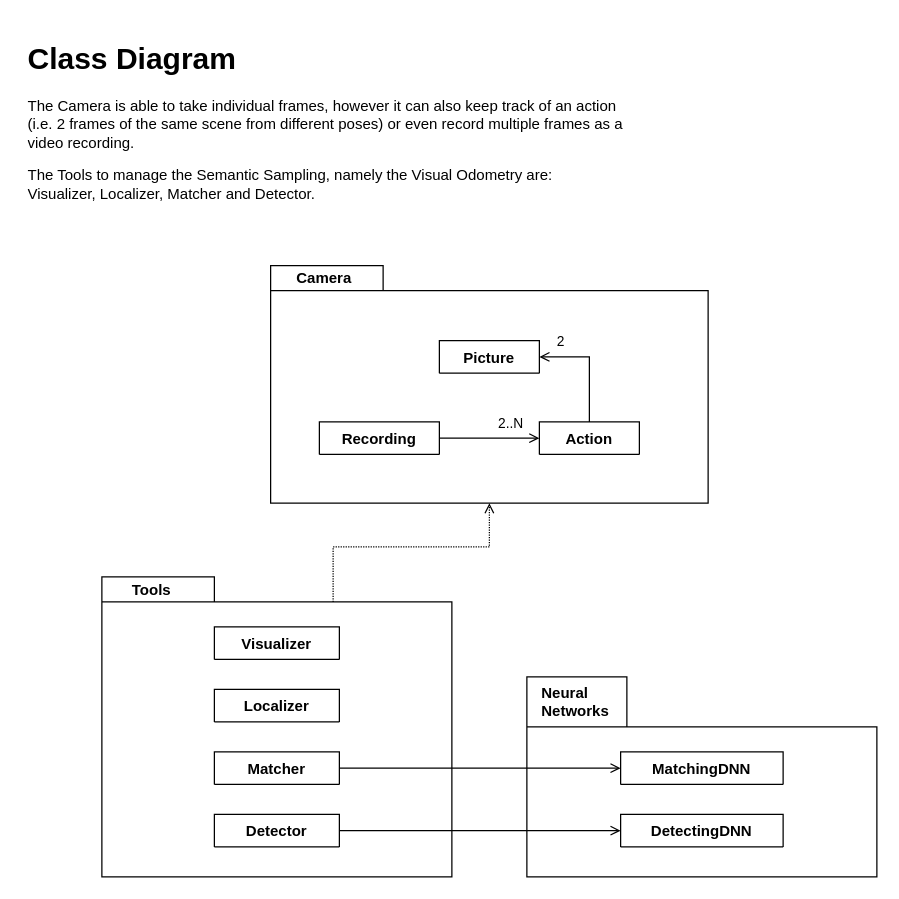
Above: page "Classes" (2 of 2) of Documents/diagrams.drawio in mirkousuelli/RGBD-Triplet-Patched-Localization (draw.io), before the change. Source tidied: cells renumbered, new cells numbered last; positions are measured from the earlier drawing's top-left corner, leaving out a move shared by most shapes. Both pictures are drawn from the tidied source at 125%, with x=0, y=0 at pixel (21, 34).
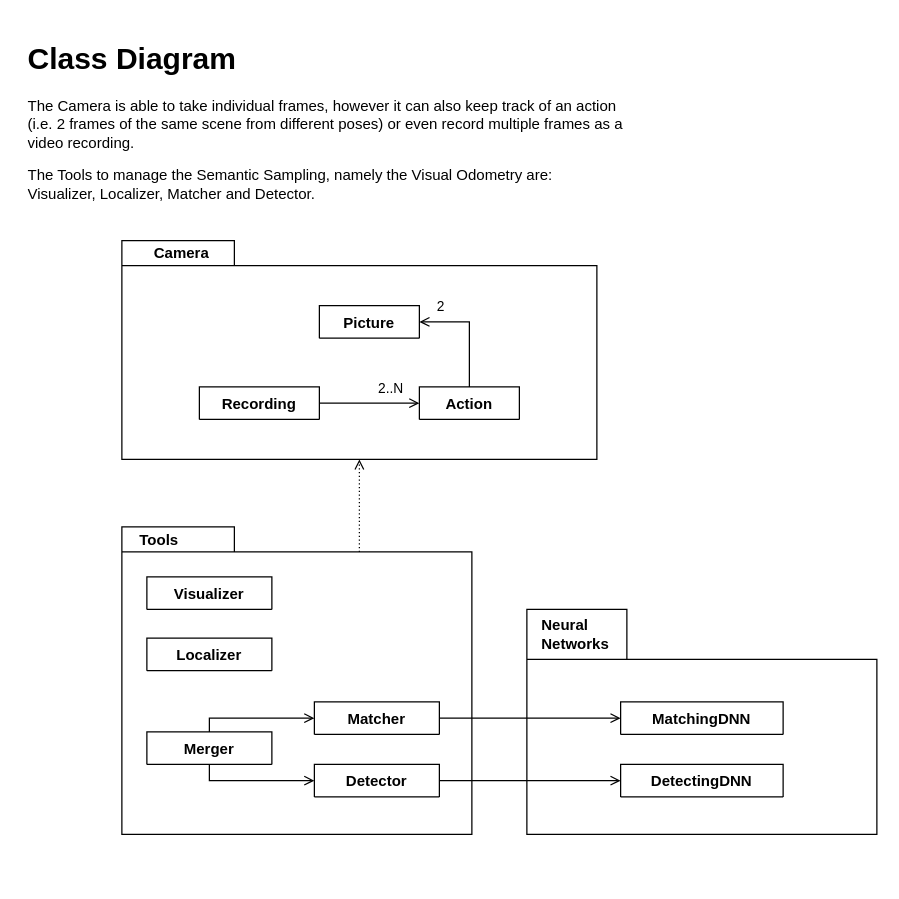
The same diagram, later.

Change to the diagram source:
```diff
@@
     <mxCell id="2" style="shape=folder;fontStyle=1;spacingTop=10;tabWidth=90;tabHeight=20;tabPosition=left;html=1;fillColor=none;" parent="1" vertex="1">
-      <mxGeometry x="199" y="185" width="350" height="190" as="geometry" />
+      <mxGeometry x="80" y="165" width="380" height="175" as="geometry" />
     </mxCell>
     <mxCell id="3" value="Picture" style="swimlane;fontStyle=1;align=center;verticalAlign=top;horizontal=1;startSize=26;fillColor=none;" parent="1" vertex="1" collapsed="1">
-      <mxGeometry x="334" y="245" width="80" height="26" as="geometry" />
+      <mxGeometry x="238" y="217" width="80" height="26" as="geometry" />
     </mxCell>
@@
     <mxCell id="6" value="Action" style="swimlane;fontStyle=1;align=center;verticalAlign=top;horizontal=1;startSize=26;fillColor=none;" parent="1" vertex="1" collapsed="1">
-      <mxGeometry x="414" y="310" width="80" height="26" as="geometry" />
+      <mxGeometry x="318" y="282" width="80" height="26" as="geometry" />
     </mxCell>
@@
     <mxCell id="9" value="Recording" style="swimlane;fontStyle=1;align=center;verticalAlign=top;horizontal=1;startSize=26;fillColor=none;" parent="1" vertex="1" collapsed="1">
-      <mxGeometry x="238" y="310" width="96" height="26" as="geometry" />
+      <mxGeometry x="142" y="282" width="96" height="26" as="geometry" />
     </mxCell>
     <mxCell id="10" value="&lt;b&gt;Camera&lt;/b&gt;" style="text;html=1;strokeColor=none;fillColor=none;align=center;verticalAlign=middle;whiteSpace=wrap;rounded=0;" parent="1" vertex="1">
-      <mxGeometry x="212" y="180" width="60" height="30" as="geometry" />
+      <mxGeometry x="98" y="160" width="60" height="30" as="geometry" />
     </mxCell>
-    <mxCell id="11" style="edgeStyle=orthogonalEdgeStyle;rounded=0;jettySize=auto;html=1;exitX=0;exitY=0;exitDx=185;exitDy=20;exitPerimeter=0;entryX=0.5;entryY=1;entryDx=0;entryDy=0;entryPerimeter=0;startArrow=none;startFill=0;endArrow=open;endFill=0;dashed=1;dashPattern=1 1;" parent="1" edge="1" source="12" target="2">
-      <mxGeometry relative="1" as="geometry">
-        <Array as="points">
-          <mxPoint x="249" y="410" />
-          <mxPoint x="374" y="410" />
-        </Array>
-      </mxGeometry>
+    <mxCell id="11" style="edgeStyle=orthogonalEdgeStyle;rounded=0;jettySize=auto;html=1;exitX=0;exitY=0;exitDx=190;exitDy=20;exitPerimeter=0;entryX=0.5;entryY=1;entryDx=0;entryDy=0;entryPerimeter=0;endArrow=open;endFill=0;dashed=1;dashPattern=1 2;" parent="1" edge="1" source="12" target="2">
+      <mxGeometry relative="1" as="geometry" />
     </mxCell>
     <mxCell id="12" style="shape=folder;fontStyle=1;spacingTop=10;tabWidth=90;tabHeight=20;tabPosition=left;html=1;fillColor=none;" parent="1" vertex="1">
-      <mxGeometry x="64" y="434" width="280" height="240" as="geometry" />
+      <mxGeometry x="80" y="394" width="280" height="246" as="geometry" />
     </mxCell>
     <mxCell id="13" value="Visualizer" style="swimlane;fontStyle=1;align=center;verticalAlign=top;horizontal=1;startSize=26;fillColor=none;" parent="1" vertex="1" collapsed="1">
-      <mxGeometry x="154" y="474" width="100" height="26" as="geometry" />
+      <mxGeometry x="100" y="434" width="100" height="26" as="geometry" />
     </mxCell>
     <mxCell id="14" value="Localizer" style="swimlane;fontStyle=1;align=center;verticalAlign=top;horizontal=1;startSize=26;fillColor=none;" parent="1" vertex="1" collapsed="1">
-      <mxGeometry x="154" y="524" width="100" height="26" as="geometry" />
+      <mxGeometry x="100" y="483" width="100" height="26" as="geometry" />
     </mxCell>
@@
     <mxCell id="16" value="Matcher" style="swimlane;fontStyle=1;align=center;verticalAlign=top;horizontal=1;startSize=26;fillColor=none;" parent="1" vertex="1" collapsed="1">
-      <mxGeometry x="154" y="574" width="100" height="26" as="geometry" />
+      <mxGeometry x="234" y="534" width="100" height="26" as="geometry" />
     </mxCell>
@@
     <mxCell id="18" value="Detector" style="swimlane;fontStyle=1;align=center;verticalAlign=top;horizontal=1;startSize=26;fillColor=none;" parent="1" vertex="1" collapsed="1">
-      <mxGeometry x="154" y="624" width="100" height="26" as="geometry" />
+      <mxGeometry x="234" y="584" width="100" height="26" as="geometry" />
     </mxCell>
     <mxCell id="19" value="&lt;b&gt;Tools&lt;/b&gt;" style="text;html=1;strokeColor=none;fillColor=none;align=center;verticalAlign=middle;whiteSpace=wrap;rounded=0;" parent="1" vertex="1">
-      <mxGeometry x="74" y="430" width="60" height="30" as="geometry" />
+      <mxGeometry x="80" y="390" width="60" height="30" as="geometry" />
     </mxCell>
     <mxCell id="20" style="shape=folder;fontStyle=1;spacingTop=10;tabWidth=80;tabHeight=40;tabPosition=left;html=1;fillColor=none;" parent="1" vertex="1">
-      <mxGeometry x="404" y="514" width="280" height="160" as="geometry" />
+      <mxGeometry x="404" y="460" width="280" height="180" as="geometry" />
     </mxCell>
     <mxCell id="21" value="&lt;b&gt;Neural&lt;br&gt;&lt;div&gt;&lt;b&gt;Networks&lt;/b&gt;&lt;/div&gt;&lt;/b&gt;" style="text;html=1;strokeColor=none;fillColor=none;align=left;verticalAlign=middle;whiteSpace=wrap;rounded=0;" parent="1" vertex="1">
-      <mxGeometry x="414" y="519" width="60" height="30" as="geometry" />
+      <mxGeometry x="414" y="465" width="60" height="30" as="geometry" />
     </mxCell>
     <mxCell id="22" value="MatchingDNN" style="swimlane;fontStyle=1;align=center;verticalAlign=top;horizontal=1;startSize=26;fillColor=none;" parent="1" vertex="1" collapsed="1">
-      <mxGeometry x="479" y="574" width="130" height="26" as="geometry" />
+      <mxGeometry x="479" y="534" width="130" height="26" as="geometry" />
     </mxCell>
     <mxCell id="23" value="DetectingDNN" style="swimlane;fontStyle=1;align=center;verticalAlign=top;horizontal=1;startSize=26;fillColor=none;" parent="1" vertex="1" collapsed="1">
-      <mxGeometry x="479" y="624" width="130" height="26" as="geometry" />
+      <mxGeometry x="479" y="584" width="130" height="26" as="geometry" />
     </mxCell>
@@
+    <mxCell id="25" style="edgeStyle=orthogonalEdgeStyle;rounded=0;jettySize=auto;html=1;exitX=0.5;exitY=0;exitDx=0;exitDy=0;entryX=0;entryY=0.5;entryDx=0;entryDy=0;endArrow=open;endFill=0;" parent="1" edge="1" source="27" target="16">
+      <mxGeometry relative="1" as="geometry">
+        <Array as="points">
+          <mxPoint x="150" y="547" />
+        </Array>
+      </mxGeometry>
+    </mxCell>
+    <mxCell id="26" style="edgeStyle=orthogonalEdgeStyle;rounded=0;jettySize=auto;html=1;exitX=0.5;exitY=1;exitDx=0;exitDy=0;entryX=0;entryY=0.5;entryDx=0;entryDy=0;endArrow=open;endFill=0;" parent="1" edge="1" source="27" target="18">
+      <mxGeometry relative="1" as="geometry">
+        <Array as="points">
+          <mxPoint x="150" y="597" />
+        </Array>
+      </mxGeometry>
+    </mxCell>
+    <mxCell id="27" value="Merger" style="swimlane;fontStyle=1;align=center;verticalAlign=top;horizontal=1;startSize=26;fillColor=none;" parent="1" vertex="1" collapsed="1">
+      <mxGeometry x="100" y="558" width="100" height="26" as="geometry" />
+    </mxCell>
```
